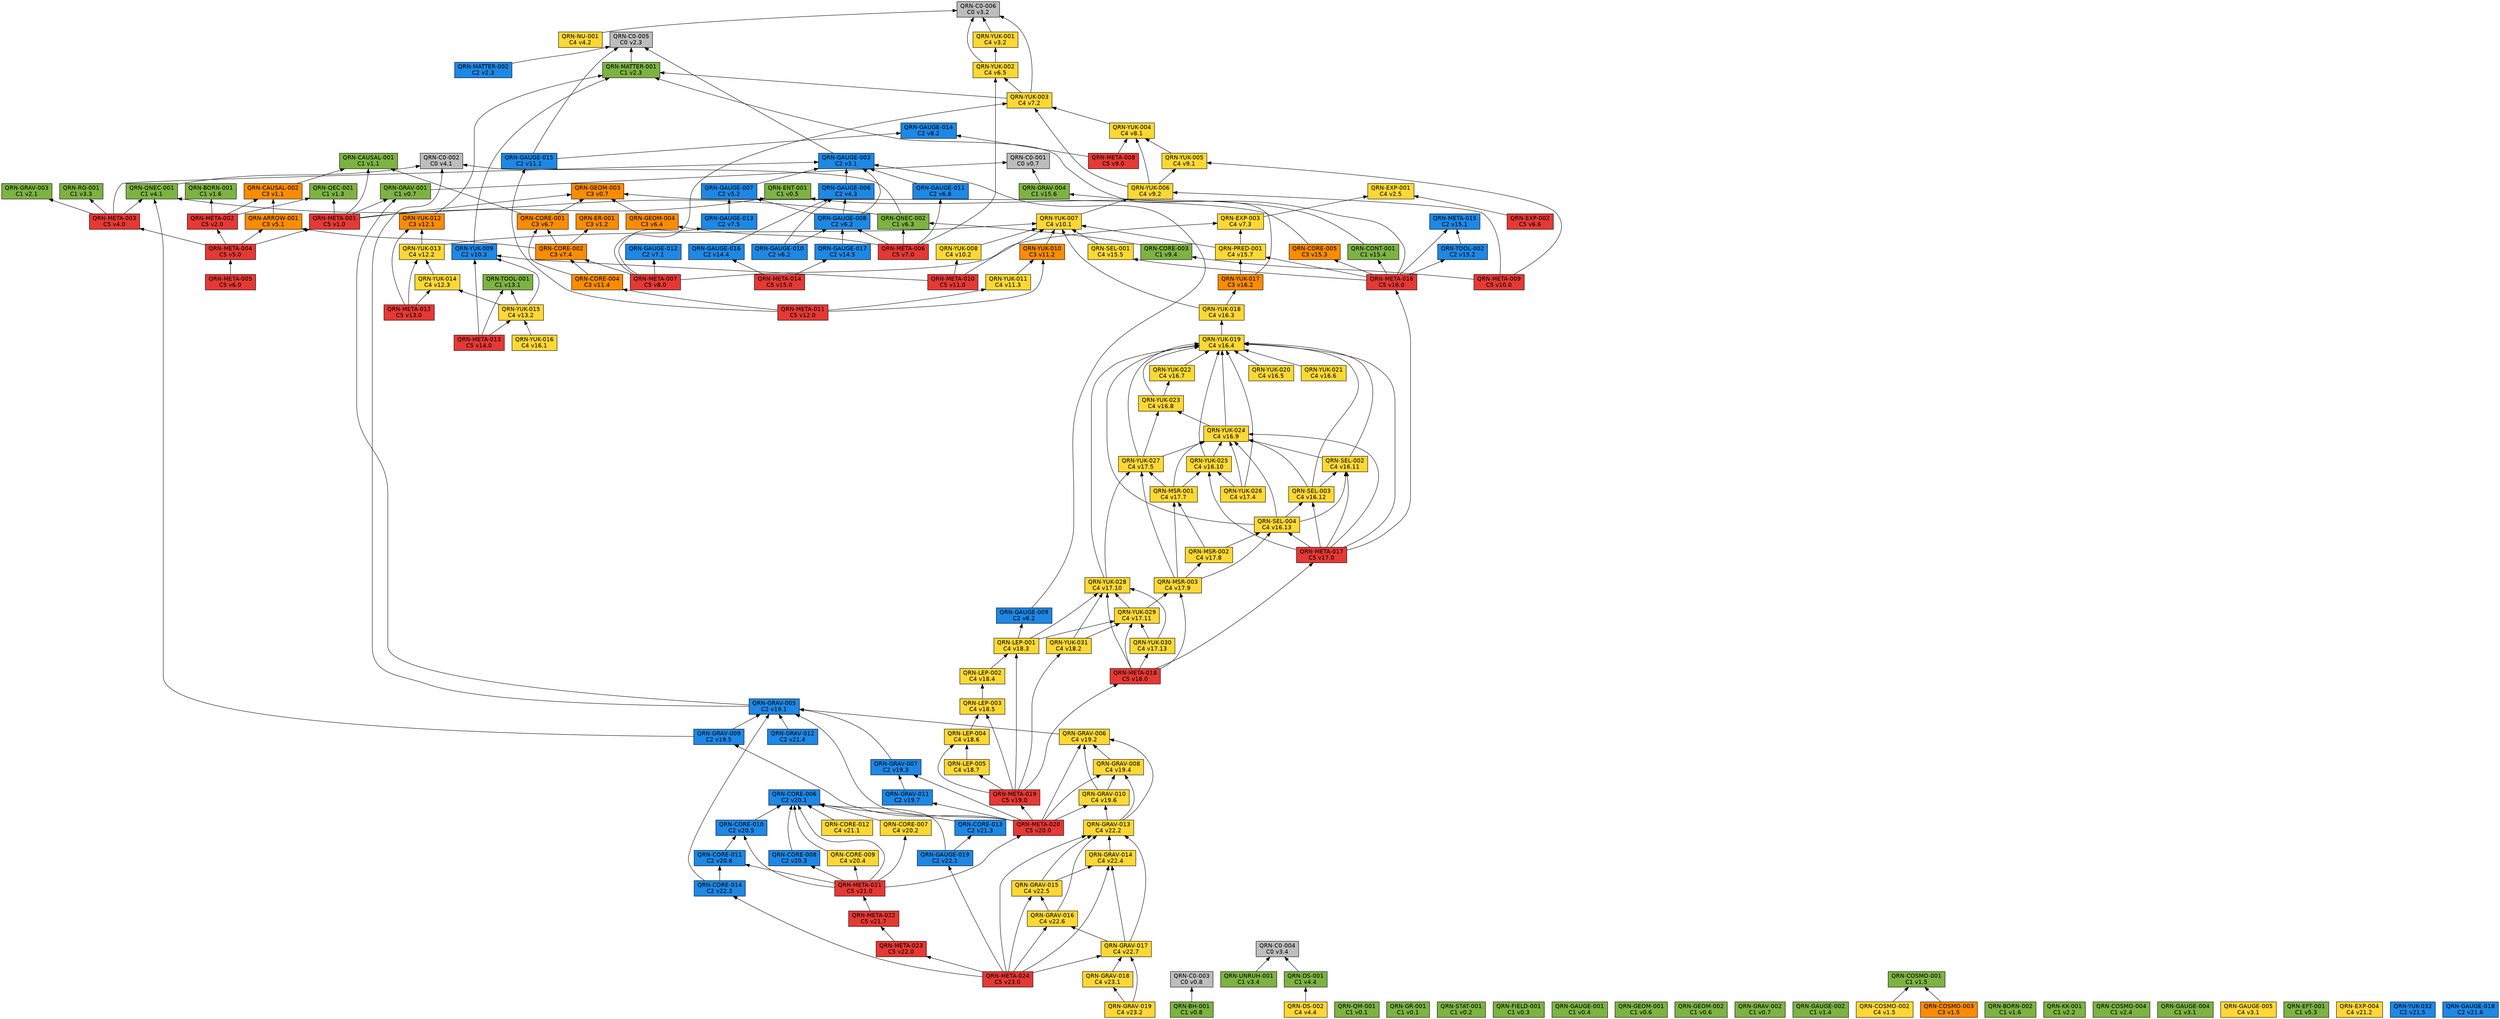
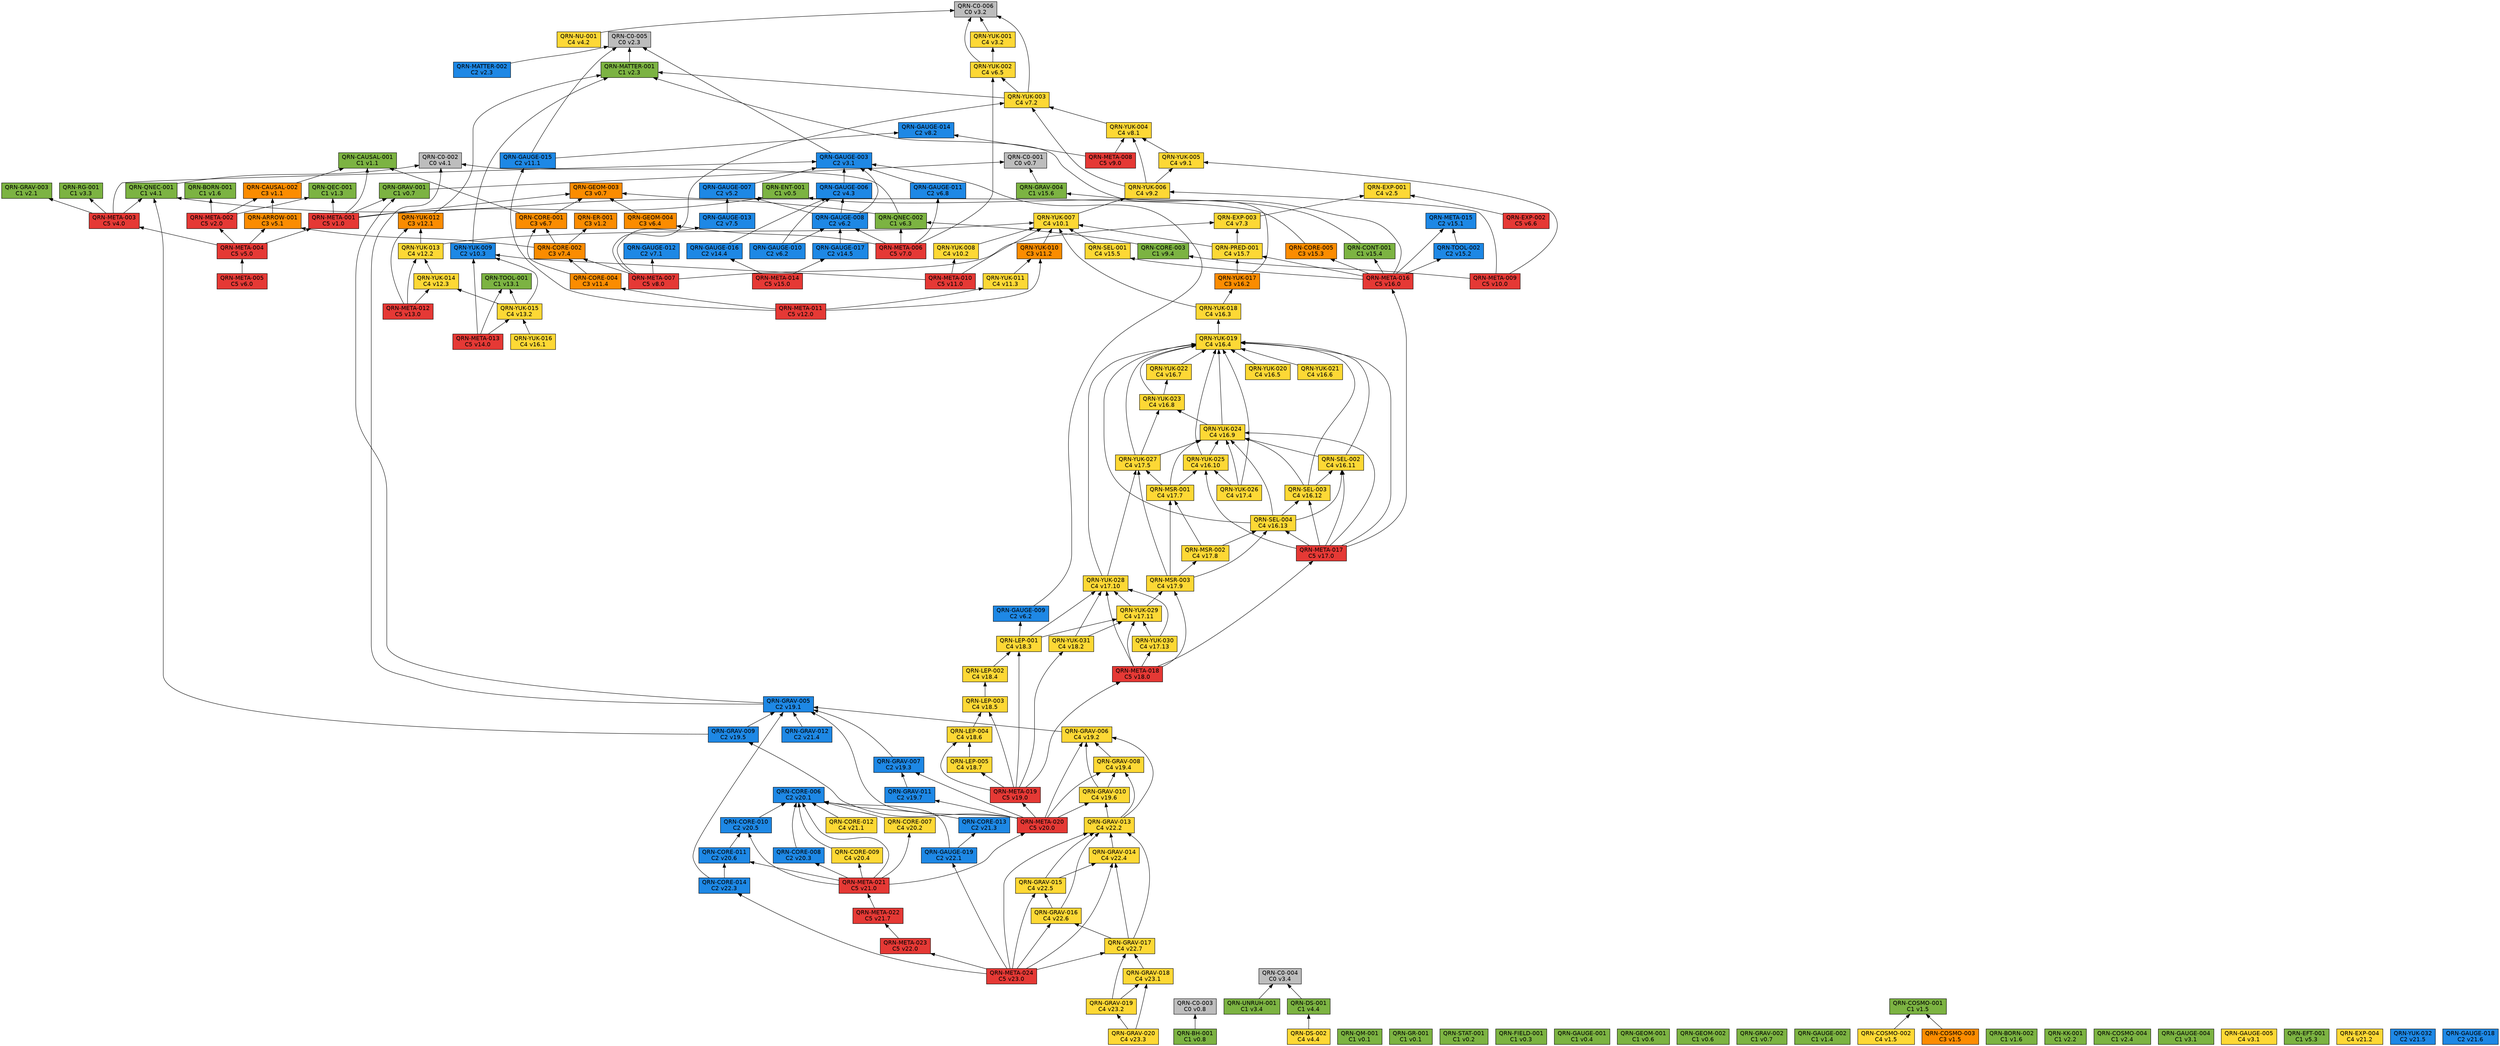
// 自動生成 (dag/report.pl) — QRN 主張依存グラフ
digraph qrn {
  rankdir=BT;
  node [shape=box, style=filled, fontname="Helvetica"];
  "QRN-C0-001" [fillcolor="#bdbdbd", label="QRN-C0-001\nC0 v0.7"];
  "QRN-C0-002" [fillcolor="#bdbdbd", label="QRN-C0-002\nC0 v4.1"];
  "QRN-C0-003" [fillcolor="#bdbdbd", label="QRN-C0-003\nC0 v0.8"];
  "QRN-C0-004" [fillcolor="#bdbdbd", label="QRN-C0-004\nC0 v3.4"];
  "QRN-C0-005" [fillcolor="#bdbdbd", label="QRN-C0-005\nC0 v2.3"];
  "QRN-C0-006" [fillcolor="#bdbdbd", label="QRN-C0-006\nC0 v3.2"];
  "QRN-QM-001" [fillcolor="#7cb342", label="QRN-QM-001\nC1 v0.1"];
  "QRN-GR-001" [fillcolor="#7cb342", label="QRN-GR-001\nC1 v0.1"];
  "QRN-STAT-001" [fillcolor="#7cb342", label="QRN-STAT-001\nC1 v0.2"];
  "QRN-FIELD-001" [fillcolor="#7cb342", label="QRN-FIELD-001\nC1 v0.3"];
  "QRN-GAUGE-001" [fillcolor="#7cb342", label="QRN-GAUGE-001\nC1 v0.4"];
  "QRN-ENT-001" [fillcolor="#7cb342", label="QRN-ENT-001\nC1 v0.5"];
  "QRN-GEOM-001" [fillcolor="#7cb342", label="QRN-GEOM-001\nC1 v0.6"];
  "QRN-GEOM-002" [fillcolor="#7cb342", label="QRN-GEOM-002\nC1 v0.6"];
  "QRN-GEOM-003" [fillcolor="#fb8c00", label="QRN-GEOM-003\nC3 v0.7"];
  "QRN-GRAV-001" [fillcolor="#7cb342", label="QRN-GRAV-001\nC1 v0.7"];
  "QRN-GRAV-002" [fillcolor="#7cb342", label="QRN-GRAV-002\nC1 v0.7"];
  "QRN-BH-001" [fillcolor="#7cb342", label="QRN-BH-001\nC1 v0.8"];
  "QRN-CAUSAL-001" [fillcolor="#7cb342", label="QRN-CAUSAL-001\nC1 v1.1"];
  "QRN-CAUSAL-002" [fillcolor="#fb8c00", label="QRN-CAUSAL-002\nC3 v1.1"];
  "QRN-ER-001" [fillcolor="#fb8c00", label="QRN-ER-001\nC3 v1.2"];
  "QRN-QEC-001" [fillcolor="#7cb342", label="QRN-QEC-001\nC1 v1.3"];
  "QRN-GAUGE-002" [fillcolor="#7cb342", label="QRN-GAUGE-002\nC1 v1.4"];
  "QRN-COSMO-001" [fillcolor="#7cb342", label="QRN-COSMO-001\nC1 v1.5"];
  "QRN-COSMO-002" [fillcolor="#fdd835", label="QRN-COSMO-002\nC4 v1.5"];
  "QRN-COSMO-003" [fillcolor="#fb8c00", label="QRN-COSMO-003\nC3 v1.5"];
  "QRN-BORN-001" [fillcolor="#7cb342", label="QRN-BORN-001\nC1 v1.6"];
  "QRN-BORN-002" [fillcolor="#7cb342", label="QRN-BORN-002\nC1 v1.6"];
  "QRN-GRAV-003" [fillcolor="#7cb342", label="QRN-GRAV-003\nC1 v2.1"];
  "QRN-KK-001" [fillcolor="#7cb342", label="QRN-KK-001\nC1 v2.2"];
  "QRN-MATTER-001" [fillcolor="#7cb342", label="QRN-MATTER-001\nC1 v2.3"];
  "QRN-MATTER-002" [fillcolor="#1e88e5", label="QRN-MATTER-002\nC2 v2.3"];
  "QRN-COSMO-004" [fillcolor="#7cb342", label="QRN-COSMO-004\nC1 v2.4"];
  "QRN-EXP-001" [fillcolor="#fdd835", label="QRN-EXP-001\nC4 v2.5"];
  "QRN-GAUGE-003" [fillcolor="#1e88e5", label="QRN-GAUGE-003\nC2 v3.1"];
  "QRN-GAUGE-004" [fillcolor="#7cb342", label="QRN-GAUGE-004\nC1 v3.1"];
  "QRN-GAUGE-005" [fillcolor="#fdd835", label="QRN-GAUGE-005\nC4 v3.1"];
  "QRN-YUK-001" [fillcolor="#fdd835", label="QRN-YUK-001\nC4 v3.2"];
  "QRN-RG-001" [fillcolor="#7cb342", label="QRN-RG-001\nC1 v3.3"];
  "QRN-UNRUH-001" [fillcolor="#7cb342", label="QRN-UNRUH-001\nC1 v3.4"];
  "QRN-QNEC-001" [fillcolor="#7cb342", label="QRN-QNEC-001\nC1 v4.1"];
  "QRN-NU-001" [fillcolor="#fdd835", label="QRN-NU-001\nC4 v4.2"];
  "QRN-GAUGE-006" [fillcolor="#1e88e5", label="QRN-GAUGE-006\nC2 v4.3"];
  "QRN-DS-001" [fillcolor="#7cb342", label="QRN-DS-001\nC1 v4.4"];
  "QRN-DS-002" [fillcolor="#fdd835", label="QRN-DS-002\nC4 v4.4"];
  "QRN-ARROW-001" [fillcolor="#fb8c00", label="QRN-ARROW-001\nC3 v5.1"];
  "QRN-GAUGE-007" [fillcolor="#1e88e5", label="QRN-GAUGE-007\nC2 v5.2"];
  "QRN-EFT-001" [fillcolor="#7cb342", label="QRN-EFT-001\nC1 v5.3"];
  "QRN-GAUGE-008" [fillcolor="#1e88e5", label="QRN-GAUGE-008\nC2 v6.2"];
  "QRN-GAUGE-009" [fillcolor="#1e88e5", label="QRN-GAUGE-009\nC2 v6.2"];
  "QRN-GAUGE-010" [fillcolor="#1e88e5", label="QRN-GAUGE-010\nC2 v6.2"];
  "QRN-QNEC-002" [fillcolor="#7cb342", label="QRN-QNEC-002\nC1 v6.3"];
  "QRN-GEOM-004" [fillcolor="#fb8c00", label="QRN-GEOM-004\nC3 v6.4"];
  "QRN-YUK-002" [fillcolor="#fdd835", label="QRN-YUK-002\nC4 v6.5"];
  "QRN-EXP-002" [fillcolor="#e53935", label="QRN-EXP-002\nC5 v6.6"];
  "QRN-CORE-001" [fillcolor="#fb8c00", label="QRN-CORE-001\nC3 v6.7"];
  "QRN-GAUGE-011" [fillcolor="#1e88e5", label="QRN-GAUGE-011\nC2 v6.8"];
  "QRN-GAUGE-012" [fillcolor="#1e88e5", label="QRN-GAUGE-012\nC2 v7.1"];
  "QRN-YUK-003" [fillcolor="#fdd835", label="QRN-YUK-003\nC4 v7.2"];
  "QRN-EXP-003" [fillcolor="#fdd835", label="QRN-EXP-003\nC4 v7.3"];
  "QRN-CORE-002" [fillcolor="#fb8c00", label="QRN-CORE-002\nC3 v7.4"];
  "QRN-GAUGE-013" [fillcolor="#1e88e5", label="QRN-GAUGE-013\nC2 v7.5"];
  "QRN-YUK-004" [fillcolor="#fdd835", label="QRN-YUK-004\nC4 v8.1"];
  "QRN-GAUGE-014" [fillcolor="#1e88e5", label="QRN-GAUGE-014\nC2 v8.2"];
  "QRN-META-001" [fillcolor="#e53935", label="QRN-META-001\nC5 v1.0"];
  "QRN-META-002" [fillcolor="#e53935", label="QRN-META-002\nC5 v2.0"];
  "QRN-META-003" [fillcolor="#e53935", label="QRN-META-003\nC5 v4.0"];
  "QRN-META-004" [fillcolor="#e53935", label="QRN-META-004\nC5 v5.0"];
  "QRN-META-005" [fillcolor="#e53935", label="QRN-META-005\nC5 v6.0"];
  "QRN-META-006" [fillcolor="#e53935", label="QRN-META-006\nC5 v7.0"];
  "QRN-META-007" [fillcolor="#e53935", label="QRN-META-007\nC5 v8.0"];
  "QRN-META-008" [fillcolor="#e53935", label="QRN-META-008\nC5 v9.0"];
  "QRN-YUK-005" [fillcolor="#fdd835", label="QRN-YUK-005\nC4 v9.1"];
  "QRN-YUK-006" [fillcolor="#fdd835", label="QRN-YUK-006\nC4 v9.2"];
  "QRN-CORE-003" [fillcolor="#7cb342", label="QRN-CORE-003\nC1 v9.4"];
  "QRN-META-009" [fillcolor="#e53935", label="QRN-META-009\nC5 v10.0"];
  "QRN-YUK-007" [fillcolor="#fdd835", label="QRN-YUK-007\nC4 v10.1"];
  "QRN-YUK-008" [fillcolor="#fdd835", label="QRN-YUK-008\nC4 v10.2"];
  "QRN-YUK-009" [fillcolor="#1e88e5", label="QRN-YUK-009\nC2 v10.3"];
  "QRN-META-010" [fillcolor="#e53935", label="QRN-META-010\nC5 v11.0"];
  "QRN-GAUGE-015" [fillcolor="#1e88e5", label="QRN-GAUGE-015\nC2 v11.1"];
  "QRN-YUK-010" [fillcolor="#fb8c00", label="QRN-YUK-010\nC3 v11.2"];
  "QRN-YUK-011" [fillcolor="#fdd835", label="QRN-YUK-011\nC4 v11.3"];
  "QRN-CORE-004" [fillcolor="#fb8c00", label="QRN-CORE-004\nC3 v11.4"];
  "QRN-META-011" [fillcolor="#e53935", label="QRN-META-011\nC5 v12.0"];
  "QRN-YUK-012" [fillcolor="#fb8c00", label="QRN-YUK-012\nC3 v12.1"];
  "QRN-YUK-013" [fillcolor="#fdd835", label="QRN-YUK-013\nC4 v12.2"];
  "QRN-YUK-014" [fillcolor="#fdd835", label="QRN-YUK-014\nC4 v12.3"];
  "QRN-META-012" [fillcolor="#e53935", label="QRN-META-012\nC5 v13.0"];
  "QRN-TOOL-001" [fillcolor="#7cb342", label="QRN-TOOL-001\nC1 v13.1"];
  "QRN-YUK-015" [fillcolor="#fdd835", label="QRN-YUK-015\nC4 v13.2"];
  "QRN-META-013" [fillcolor="#e53935", label="QRN-META-013\nC5 v14.0"];
  "QRN-GAUGE-016" [fillcolor="#1e88e5", label="QRN-GAUGE-016\nC2 v14.4"];
  "QRN-GAUGE-017" [fillcolor="#1e88e5", label="QRN-GAUGE-017\nC2 v14.5"];
  "QRN-META-014" [fillcolor="#e53935", label="QRN-META-014\nC5 v15.0"];
  "QRN-META-015" [fillcolor="#1e88e5", label="QRN-META-015\nC2 v15.1"];
  "QRN-TOOL-002" [fillcolor="#1e88e5", label="QRN-TOOL-002\nC2 v15.2"];
  "QRN-CORE-005" [fillcolor="#fb8c00", label="QRN-CORE-005\nC3 v15.3"];
  "QRN-CONT-001" [fillcolor="#7cb342", label="QRN-CONT-001\nC1 v15.4"];
  "QRN-SEL-001" [fillcolor="#fdd835", label="QRN-SEL-001\nC4 v15.5"];
  "QRN-GRAV-004" [fillcolor="#7cb342", label="QRN-GRAV-004\nC1 v15.6"];
  "QRN-PRED-001" [fillcolor="#fdd835", label="QRN-PRED-001\nC4 v15.7"];
  "QRN-META-016" [fillcolor="#e53935", label="QRN-META-016\nC5 v16.0"];
  "QRN-YUK-016" [fillcolor="#fdd835", label="QRN-YUK-016\nC4 v16.1"];
  "QRN-YUK-017" [fillcolor="#fb8c00", label="QRN-YUK-017\nC3 v16.2"];
  "QRN-YUK-018" [fillcolor="#fdd835", label="QRN-YUK-018\nC4 v16.3"];
  "QRN-YUK-019" [fillcolor="#fdd835", label="QRN-YUK-019\nC4 v16.4"];
  "QRN-YUK-020" [fillcolor="#fdd835", label="QRN-YUK-020\nC4 v16.5"];
  "QRN-YUK-021" [fillcolor="#fdd835", label="QRN-YUK-021\nC4 v16.6"];
  "QRN-YUK-022" [fillcolor="#fdd835", label="QRN-YUK-022\nC4 v16.7"];
  "QRN-YUK-023" [fillcolor="#fdd835", label="QRN-YUK-023\nC4 v16.8"];
  "QRN-YUK-024" [fillcolor="#fdd835", label="QRN-YUK-024\nC4 v16.9"];
  "QRN-YUK-025" [fillcolor="#fdd835", label="QRN-YUK-025\nC4 v16.10"];
  "QRN-SEL-002" [fillcolor="#fdd835", label="QRN-SEL-002\nC4 v16.11"];
  "QRN-SEL-003" [fillcolor="#fdd835", label="QRN-SEL-003\nC4 v16.12"];
  "QRN-SEL-004" [fillcolor="#fdd835", label="QRN-SEL-004\nC4 v16.13"];
  "QRN-META-017" [fillcolor="#e53935", label="QRN-META-017\nC5 v17.0"];
  "QRN-YUK-026" [fillcolor="#fdd835", label="QRN-YUK-026\nC4 v17.4"];
  "QRN-YUK-027" [fillcolor="#fdd835", label="QRN-YUK-027\nC4 v17.5"];
  "QRN-MSR-001" [fillcolor="#fdd835", label="QRN-MSR-001\nC4 v17.7"];
  "QRN-MSR-002" [fillcolor="#fdd835", label="QRN-MSR-002\nC4 v17.8"];
  "QRN-MSR-003" [fillcolor="#fdd835", label="QRN-MSR-003\nC4 v17.9"];
  "QRN-YUK-028" [fillcolor="#fdd835", label="QRN-YUK-028\nC4 v17.10"];
  "QRN-YUK-029" [fillcolor="#fdd835", label="QRN-YUK-029\nC4 v17.11"];
  "QRN-YUK-030" [fillcolor="#fdd835", label="QRN-YUK-030\nC4 v17.13"];
  "QRN-META-018" [fillcolor="#e53935", label="QRN-META-018\nC5 v18.0"];
  "QRN-YUK-031" [fillcolor="#fdd835", label="QRN-YUK-031\nC4 v18.2"];
  "QRN-LEP-001" [fillcolor="#fdd835", label="QRN-LEP-001\nC4 v18.3"];
  "QRN-LEP-002" [fillcolor="#fdd835", label="QRN-LEP-002\nC4 v18.4"];
  "QRN-LEP-003" [fillcolor="#fdd835", label="QRN-LEP-003\nC4 v18.5"];
  "QRN-LEP-004" [fillcolor="#fdd835", label="QRN-LEP-004\nC4 v18.6"];
  "QRN-LEP-005" [fillcolor="#fdd835", label="QRN-LEP-005\nC4 v18.7"];
  "QRN-META-019" [fillcolor="#e53935", label="QRN-META-019\nC5 v19.0"];
  "QRN-GRAV-005" [fillcolor="#1e88e5", label="QRN-GRAV-005\nC2 v19.1"];
  "QRN-GRAV-006" [fillcolor="#fdd835", label="QRN-GRAV-006\nC4 v19.2"];
  "QRN-GRAV-007" [fillcolor="#1e88e5", label="QRN-GRAV-007\nC2 v19.3"];
  "QRN-GRAV-008" [fillcolor="#fdd835", label="QRN-GRAV-008\nC4 v19.4"];
  "QRN-GRAV-009" [fillcolor="#1e88e5", label="QRN-GRAV-009\nC2 v19.5"];
  "QRN-GRAV-010" [fillcolor="#fdd835", label="QRN-GRAV-010\nC4 v19.6"];
  "QRN-GRAV-011" [fillcolor="#1e88e5", label="QRN-GRAV-011\nC2 v19.7"];
  "QRN-META-020" [fillcolor="#e53935", label="QRN-META-020\nC5 v20.0"];
  "QRN-CORE-006" [fillcolor="#1e88e5", label="QRN-CORE-006\nC2 v20.1"];
  "QRN-CORE-007" [fillcolor="#fdd835", label="QRN-CORE-007\nC4 v20.2"];
  "QRN-CORE-008" [fillcolor="#1e88e5", label="QRN-CORE-008\nC2 v20.3"];
  "QRN-CORE-009" [fillcolor="#fdd835", label="QRN-CORE-009\nC4 v20.4"];
  "QRN-CORE-010" [fillcolor="#1e88e5", label="QRN-CORE-010\nC2 v20.5"];
  "QRN-CORE-011" [fillcolor="#1e88e5", label="QRN-CORE-011\nC2 v20.6"];
  "QRN-META-021" [fillcolor="#e53935", label="QRN-META-021\nC5 v21.0"];
  "QRN-CORE-012" [fillcolor="#fdd835", label="QRN-CORE-012\nC4 v21.1"];
  "QRN-EXP-004" [fillcolor="#fdd835", label="QRN-EXP-004\nC4 v21.2"];
  "QRN-CORE-013" [fillcolor="#1e88e5", label="QRN-CORE-013\nC2 v21.3"];
  "QRN-GRAV-012" [fillcolor="#1e88e5", label="QRN-GRAV-012\nC2 v21.4"];
  "QRN-YUK-032" [fillcolor="#1e88e5", label="QRN-YUK-032\nC2 v21.5"];
  "QRN-GAUGE-018" [fillcolor="#1e88e5", label="QRN-GAUGE-018\nC2 v21.6"];
  "QRN-META-022" [fillcolor="#e53935", label="QRN-META-022\nC5 v21.7"];
  "QRN-META-023" [fillcolor="#e53935", label="QRN-META-023\nC5 v22.0"];
  "QRN-CORE-014" [fillcolor="#1e88e5", label="QRN-CORE-014\nC2 v22.3"];
  "QRN-GRAV-013" [fillcolor="#fdd835", label="QRN-GRAV-013\nC4 v22.2"];
  "QRN-GRAV-014" [fillcolor="#fdd835", label="QRN-GRAV-014\nC4 v22.4"];
  "QRN-GRAV-015" [fillcolor="#fdd835", label="QRN-GRAV-015\nC4 v22.5"];
  "QRN-GRAV-016" [fillcolor="#fdd835", label="QRN-GRAV-016\nC4 v22.6"];
  "QRN-GRAV-017" [fillcolor="#fdd835", label="QRN-GRAV-017\nC4 v22.7"];
  "QRN-GAUGE-019" [fillcolor="#1e88e5", label="QRN-GAUGE-019\nC2 v22.1"];
  "QRN-META-024" [fillcolor="#e53935", label="QRN-META-024\nC5 v23.0"];
  "QRN-GRAV-018" [fillcolor="#fdd835", label="QRN-GRAV-018\nC4 v23.1"];
  "QRN-GRAV-019" [fillcolor="#fdd835", label="QRN-GRAV-019\nC4 v23.2"];
+   "QRN-GRAV-020" [fillcolor="#fdd835", label="QRN-GRAV-020\nC4 v23.3"];
  "QRN-GRAV-001" -> "QRN-C0-001";
  "QRN-BH-001" -> "QRN-C0-003";
  "QRN-CAUSAL-002" -> "QRN-CAUSAL-001";
  "QRN-COSMO-002" -> "QRN-COSMO-001";
  "QRN-COSMO-003" -> "QRN-COSMO-001";
  "QRN-MATTER-001" -> "QRN-C0-005";
  "QRN-MATTER-002" -> "QRN-C0-005";
  "QRN-GAUGE-003" -> "QRN-C0-005";
  "QRN-YUK-001" -> "QRN-C0-006";
  "QRN-UNRUH-001" -> "QRN-C0-004";
  "QRN-QNEC-001" -> "QRN-C0-002";
  "QRN-NU-001" -> "QRN-C0-006";
  "QRN-GAUGE-006" -> "QRN-GAUGE-003";
  "QRN-DS-001" -> "QRN-C0-004";
  "QRN-DS-002" -> "QRN-DS-001";
  "QRN-ARROW-001" -> "QRN-CAUSAL-002";
  "QRN-GAUGE-007" -> "QRN-GAUGE-003";
  "QRN-GAUGE-008" -> "QRN-GAUGE-003";
  "QRN-GAUGE-008" -> "QRN-GAUGE-006";
  "QRN-GAUGE-008" -> "QRN-GAUGE-007";
  "QRN-GAUGE-009" -> "QRN-GAUGE-003";
  "QRN-GAUGE-010" -> "QRN-GAUGE-006";
  "QRN-GAUGE-010" -> "QRN-GAUGE-008";
  "QRN-QNEC-002" -> "QRN-C0-002";
  "QRN-QNEC-002" -> "QRN-QNEC-001";
  "QRN-GEOM-004" -> "QRN-GEOM-003";
  "QRN-YUK-002" -> "QRN-C0-006";
  "QRN-YUK-002" -> "QRN-YUK-001";
  "QRN-EXP-002" -> "QRN-EXP-001";
  "QRN-CORE-001" -> "QRN-GEOM-003";
  "QRN-CORE-001" -> "QRN-CAUSAL-001";
  "QRN-GAUGE-011" -> "QRN-GAUGE-003";
  "QRN-YUK-003" -> "QRN-C0-006";
  "QRN-YUK-003" -> "QRN-MATTER-001";
  "QRN-YUK-003" -> "QRN-YUK-002";
  "QRN-EXP-003" -> "QRN-EXP-001";
  "QRN-CORE-002" -> "QRN-CORE-001";
  "QRN-CORE-002" -> "QRN-ER-001";
  "QRN-CORE-002" -> "QRN-ARROW-001";
  "QRN-GAUGE-013" -> "QRN-GAUGE-007";
  "QRN-YUK-004" -> "QRN-YUK-003";
  "QRN-META-001" -> "QRN-GEOM-003";
  "QRN-META-001" -> "QRN-GRAV-001";
  "QRN-META-001" -> "QRN-CAUSAL-001";
  "QRN-META-001" -> "QRN-QEC-001";
  "QRN-META-001" -> "QRN-ENT-001";
  "QRN-META-002" -> "QRN-QEC-001";
  "QRN-META-002" -> "QRN-BORN-001";
  "QRN-META-002" -> "QRN-CAUSAL-002";
  "QRN-META-003" -> "QRN-GAUGE-003";
  "QRN-META-003" -> "QRN-RG-001";
  "QRN-META-003" -> "QRN-QNEC-001";
  "QRN-META-003" -> "QRN-GRAV-003";
  "QRN-META-004" -> "QRN-META-001";
  "QRN-META-004" -> "QRN-META-002";
  "QRN-META-004" -> "QRN-META-003";
  "QRN-META-004" -> "QRN-ARROW-001";
  "QRN-META-005" -> "QRN-META-004";
  "QRN-META-006" -> "QRN-GAUGE-008";
  "QRN-META-006" -> "QRN-QNEC-002";
  "QRN-META-006" -> "QRN-GEOM-004";
  "QRN-META-006" -> "QRN-YUK-002";
  "QRN-META-006" -> "QRN-GAUGE-011";
  "QRN-META-007" -> "QRN-GAUGE-012";
  "QRN-META-007" -> "QRN-YUK-003";
  "QRN-META-007" -> "QRN-EXP-003";
  "QRN-META-007" -> "QRN-CORE-002";
  "QRN-META-007" -> "QRN-GAUGE-013";
  "QRN-META-008" -> "QRN-YUK-004";
  "QRN-META-008" -> "QRN-GAUGE-014";
  "QRN-YUK-005" -> "QRN-YUK-004";
  "QRN-YUK-006" -> "QRN-YUK-003";
  "QRN-YUK-006" -> "QRN-YUK-004";
  "QRN-YUK-006" -> "QRN-YUK-005";
  "QRN-CORE-003" -> "QRN-QNEC-002";
  "QRN-META-009" -> "QRN-YUK-005";
  "QRN-META-009" -> "QRN-YUK-006";
  "QRN-META-009" -> "QRN-CORE-003";
  "QRN-YUK-007" -> "QRN-YUK-006";
  "QRN-YUK-008" -> "QRN-YUK-007";
  "QRN-YUK-009" -> "QRN-MATTER-001";
  "QRN-META-010" -> "QRN-YUK-007";
  "QRN-META-010" -> "QRN-YUK-008";
  "QRN-META-010" -> "QRN-YUK-009";
  "QRN-GAUGE-015" -> "QRN-C0-005";
  "QRN-GAUGE-015" -> "QRN-GAUGE-014";
  "QRN-YUK-010" -> "QRN-YUK-007";
  "QRN-YUK-011" -> "QRN-YUK-010";
  "QRN-CORE-004" -> "QRN-CORE-001";
  "QRN-CORE-004" -> "QRN-CORE-002";
  "QRN-META-011" -> "QRN-GAUGE-015";
  "QRN-META-011" -> "QRN-YUK-010";
  "QRN-META-011" -> "QRN-YUK-011";
  "QRN-META-011" -> "QRN-CORE-004";
  "QRN-YUK-012" -> "QRN-MATTER-001";
  "QRN-YUK-013" -> "QRN-YUK-012";
  "QRN-YUK-013" -> "QRN-YUK-007";
  "QRN-YUK-014" -> "QRN-YUK-013";
  "QRN-META-012" -> "QRN-YUK-012";
  "QRN-META-012" -> "QRN-YUK-013";
  "QRN-META-012" -> "QRN-YUK-014";
  "QRN-YUK-015" -> "QRN-YUK-014";
  "QRN-YUK-015" -> "QRN-TOOL-001";
  "QRN-YUK-015" -> "QRN-YUK-009";
  "QRN-META-013" -> "QRN-YUK-015";
  "QRN-META-013" -> "QRN-TOOL-001";
  "QRN-META-013" -> "QRN-YUK-009";
  "QRN-GAUGE-016" -> "QRN-GAUGE-006";
  "QRN-GAUGE-017" -> "QRN-GAUGE-008";
  "QRN-META-014" -> "QRN-GAUGE-016";
  "QRN-META-014" -> "QRN-GAUGE-017";
  "QRN-TOOL-002" -> "QRN-META-015";
  "QRN-CORE-005" -> "QRN-GEOM-003";
  "QRN-CONT-001" -> "QRN-ENT-001";
  "QRN-SEL-001" -> "QRN-YUK-007";
  "QRN-GRAV-004" -> "QRN-C0-001";
  "QRN-PRED-001" -> "QRN-YUK-007";
  "QRN-PRED-001" -> "QRN-EXP-003";
  "QRN-META-016" -> "QRN-META-015";
  "QRN-META-016" -> "QRN-TOOL-002";
  "QRN-META-016" -> "QRN-CORE-005";
  "QRN-META-016" -> "QRN-CONT-001";
  "QRN-META-016" -> "QRN-SEL-001";
  "QRN-META-016" -> "QRN-GRAV-004";
  "QRN-META-016" -> "QRN-PRED-001";
  "QRN-YUK-016" -> "QRN-YUK-015";
  "QRN-YUK-017" -> "QRN-MATTER-001";
  "QRN-YUK-017" -> "QRN-PRED-001";
  "QRN-YUK-018" -> "QRN-YUK-017";
  "QRN-YUK-018" -> "QRN-YUK-007";
  "QRN-YUK-019" -> "QRN-YUK-018";
  "QRN-YUK-020" -> "QRN-YUK-019";
  "QRN-YUK-021" -> "QRN-YUK-019";
  "QRN-YUK-022" -> "QRN-YUK-019";
  "QRN-YUK-023" -> "QRN-YUK-019";
  "QRN-YUK-023" -> "QRN-YUK-022";
  "QRN-YUK-024" -> "QRN-YUK-019";
  "QRN-YUK-024" -> "QRN-YUK-023";
  "QRN-YUK-025" -> "QRN-YUK-019";
  "QRN-YUK-025" -> "QRN-YUK-024";
  "QRN-SEL-002" -> "QRN-YUK-019";
  "QRN-SEL-002" -> "QRN-YUK-024";
  "QRN-SEL-003" -> "QRN-YUK-019";
  "QRN-SEL-003" -> "QRN-YUK-024";
  "QRN-SEL-003" -> "QRN-SEL-002";
  "QRN-SEL-004" -> "QRN-YUK-019";
  "QRN-SEL-004" -> "QRN-YUK-024";
  "QRN-SEL-004" -> "QRN-SEL-002";
  "QRN-SEL-004" -> "QRN-SEL-003";
  "QRN-META-017" -> "QRN-META-016";
  "QRN-META-017" -> "QRN-YUK-019";
  "QRN-META-017" -> "QRN-YUK-024";
  "QRN-META-017" -> "QRN-YUK-025";
  "QRN-META-017" -> "QRN-SEL-002";
  "QRN-META-017" -> "QRN-SEL-003";
  "QRN-META-017" -> "QRN-SEL-004";
  "QRN-YUK-026" -> "QRN-YUK-019";
  "QRN-YUK-026" -> "QRN-YUK-024";
  "QRN-YUK-026" -> "QRN-YUK-025";
  "QRN-YUK-027" -> "QRN-YUK-019";
  "QRN-YUK-027" -> "QRN-YUK-023";
  "QRN-YUK-027" -> "QRN-YUK-024";
  "QRN-MSR-001" -> "QRN-YUK-024";
  "QRN-MSR-001" -> "QRN-YUK-025";
  "QRN-MSR-001" -> "QRN-YUK-027";
  "QRN-MSR-002" -> "QRN-SEL-004";
  "QRN-MSR-002" -> "QRN-MSR-001";
  "QRN-MSR-003" -> "QRN-MSR-001";
  "QRN-MSR-003" -> "QRN-MSR-002";
  "QRN-MSR-003" -> "QRN-SEL-004";
  "QRN-MSR-003" -> "QRN-YUK-027";
  "QRN-YUK-028" -> "QRN-YUK-019";
  "QRN-YUK-028" -> "QRN-YUK-027";
  "QRN-YUK-029" -> "QRN-YUK-028";
  "QRN-YUK-029" -> "QRN-MSR-003";
  "QRN-YUK-030" -> "QRN-YUK-028";
  "QRN-YUK-030" -> "QRN-YUK-029";
  "QRN-META-018" -> "QRN-META-017";
  "QRN-META-018" -> "QRN-MSR-003";
  "QRN-META-018" -> "QRN-YUK-028";
  "QRN-META-018" -> "QRN-YUK-029";
  "QRN-META-018" -> "QRN-YUK-030";
  "QRN-YUK-031" -> "QRN-YUK-028";
  "QRN-YUK-031" -> "QRN-YUK-029";
  "QRN-LEP-001" -> "QRN-YUK-028";
  "QRN-LEP-001" -> "QRN-YUK-029";
  "QRN-LEP-001" -> "QRN-GAUGE-009";
  "QRN-LEP-002" -> "QRN-LEP-001";
  "QRN-LEP-003" -> "QRN-LEP-002";
  "QRN-LEP-004" -> "QRN-LEP-003";
  "QRN-LEP-005" -> "QRN-LEP-004";
  "QRN-META-019" -> "QRN-META-018";
  "QRN-META-019" -> "QRN-YUK-031";
  "QRN-META-019" -> "QRN-LEP-001";
  "QRN-META-019" -> "QRN-LEP-003";
  "QRN-META-019" -> "QRN-LEP-004";
  "QRN-META-019" -> "QRN-LEP-005";
  "QRN-GRAV-005" -> "QRN-C0-002";
  "QRN-GRAV-005" -> "QRN-GRAV-001";
  "QRN-GRAV-006" -> "QRN-GRAV-005";
  "QRN-GRAV-007" -> "QRN-GRAV-005";
  "QRN-GRAV-008" -> "QRN-GRAV-006";
  "QRN-GRAV-009" -> "QRN-GRAV-005";
  "QRN-GRAV-009" -> "QRN-QNEC-001";
  "QRN-GRAV-010" -> "QRN-GRAV-006";
  "QRN-GRAV-010" -> "QRN-GRAV-008";
  "QRN-GRAV-011" -> "QRN-GRAV-007";
  "QRN-META-020" -> "QRN-META-019";
  "QRN-META-020" -> "QRN-GRAV-005";
  "QRN-META-020" -> "QRN-GRAV-006";
  "QRN-META-020" -> "QRN-GRAV-007";
  "QRN-META-020" -> "QRN-GRAV-008";
  "QRN-META-020" -> "QRN-GRAV-009";
  "QRN-META-020" -> "QRN-GRAV-010";
  "QRN-META-020" -> "QRN-GRAV-011";
  "QRN-CORE-007" -> "QRN-CORE-006";
  "QRN-CORE-008" -> "QRN-CORE-006";
  "QRN-CORE-009" -> "QRN-CORE-006";
  "QRN-CORE-010" -> "QRN-CORE-006";
  "QRN-CORE-011" -> "QRN-CORE-010";
  "QRN-META-021" -> "QRN-META-020";
  "QRN-META-021" -> "QRN-CORE-006";
  "QRN-META-021" -> "QRN-CORE-007";
  "QRN-META-021" -> "QRN-CORE-008";
  "QRN-META-021" -> "QRN-CORE-009";
  "QRN-META-021" -> "QRN-CORE-010";
  "QRN-META-021" -> "QRN-CORE-011";
  "QRN-CORE-012" -> "QRN-CORE-006";
  "QRN-CORE-013" -> "QRN-CORE-006";
  "QRN-GRAV-012" -> "QRN-GRAV-005";
  "QRN-META-022" -> "QRN-META-021";
  "QRN-META-023" -> "QRN-META-022";
  "QRN-CORE-014" -> "QRN-CORE-011";
  "QRN-CORE-014" -> "QRN-GRAV-005";
  "QRN-GRAV-013" -> "QRN-GRAV-006";
  "QRN-GRAV-013" -> "QRN-GRAV-008";
  "QRN-GRAV-013" -> "QRN-GRAV-010";
  "QRN-GRAV-014" -> "QRN-GRAV-013";
  "QRN-GRAV-015" -> "QRN-GRAV-013";
  "QRN-GRAV-015" -> "QRN-GRAV-014";
  "QRN-GRAV-016" -> "QRN-GRAV-013";
  "QRN-GRAV-016" -> "QRN-GRAV-015";
  "QRN-GRAV-017" -> "QRN-GRAV-013";
  "QRN-GRAV-017" -> "QRN-GRAV-014";
  "QRN-GRAV-017" -> "QRN-GRAV-016";
  "QRN-GAUGE-019" -> "QRN-CORE-006";
  "QRN-GAUGE-019" -> "QRN-CORE-013";
  "QRN-META-024" -> "QRN-CORE-014";
  "QRN-META-024" -> "QRN-GRAV-013";
  "QRN-META-024" -> "QRN-GRAV-014";
  "QRN-META-024" -> "QRN-GRAV-015";
  "QRN-META-024" -> "QRN-GRAV-016";
  "QRN-META-024" -> "QRN-GRAV-017";
  "QRN-META-024" -> "QRN-GAUGE-019";
  "QRN-META-024" -> "QRN-META-023";
  "QRN-GRAV-018" -> "QRN-GRAV-017";
  "QRN-GRAV-019" -> "QRN-GRAV-017";
  "QRN-GRAV-019" -> "QRN-GRAV-018";
+   "QRN-GRAV-020" -> "QRN-GRAV-018";
+   "QRN-GRAV-020" -> "QRN-GRAV-019";
}
